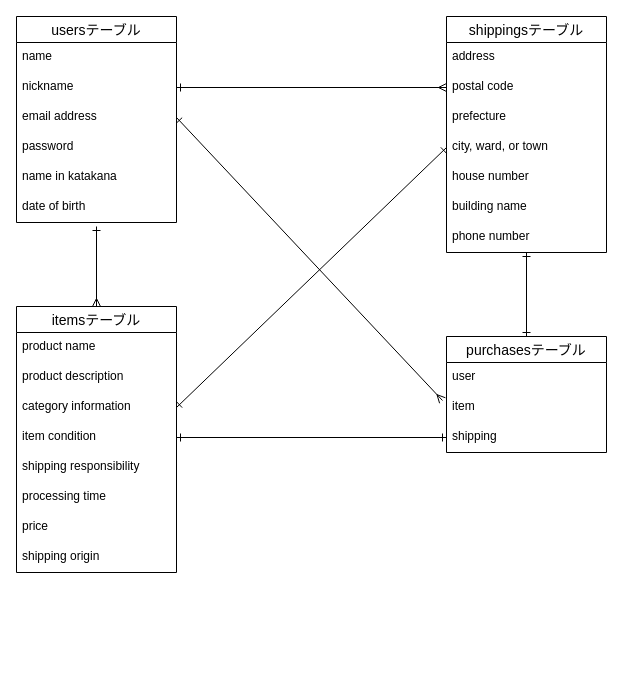
This is furima.dio from kaiho0319/furima-39419, a draw.io file, before an edit. Source tidied: cells renumbered, new cells numbered last; positions are measured from the earlier drawing's top-left corner, leaving out a move shared by most shapes. Both pictures are drawn from the tidied source at 100%, with x=0, y=0 at pixel (16, 16).
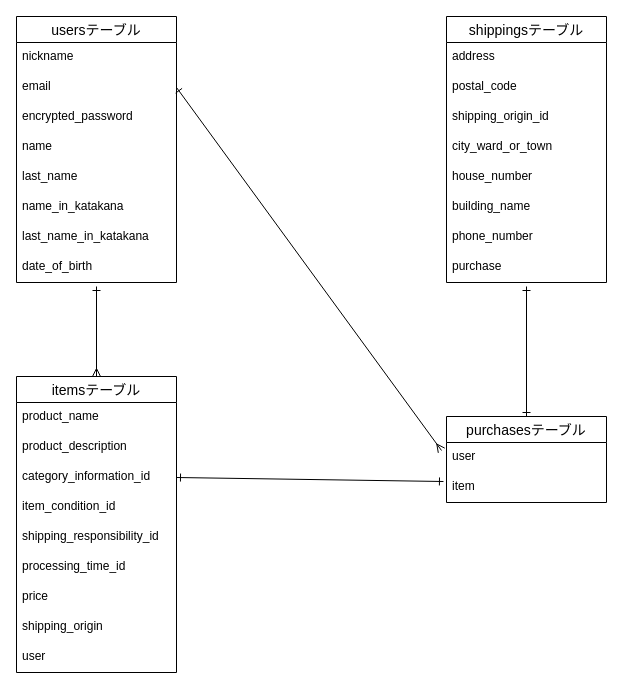
Above is the later version.

Commit message (it also covers changes not shown here):
データーベース設計修正

The change refers to these unchanged cells:
```xml
<mxCell id="30" value="user" style="text;strokeColor=none;fillColor=none;spacingLeft=4;spacingRight=4;overflow=hidden;points=[[0,0.5],[1,0.5]];portConstraint=eastwest;fontSize=12;" parent="29" vertex="1">
  <mxGeometry y="26" width="160" height="30" as="geometry" />
</mxCell>
<mxCell id="31" value="item&#10;" style="text;strokeColor=none;fillColor=none;spacingLeft=4;spacingRight=4;overflow=hidden;points=[[0,0.5],[1,0.5]];portConstraint=eastwest;fontSize=12;" parent="29" vertex="1">
  <mxGeometry y="56" width="160" height="30" as="geometry" />
</mxCell>
```

Change to the diagram source:
```diff
@@
     <mxCell id="2" value="usersテーブル" style="swimlane;fontStyle=0;horizontal=1;startSize=26;align=center;fontSize=14;" parent="1" vertex="1">
-      <mxGeometry width="160" height="206" as="geometry" />
+      <mxGeometry width="160" height="266" as="geometry" />
     </mxCell>
-    <mxCell id="3" value="name" style="text;strokeColor=none;fillColor=none;spacingLeft=4;spacingRight=4;overflow=hidden;fontSize=12;" parent="2" vertex="1">
-      <mxGeometry y="26" width="160" height="30" as="geometry" />
-    </mxCell>
     <mxCell id="4" value="nickname&#10;" style="text;strokeColor=none;fillColor=none;spacingLeft=4;spacingRight=4;overflow=hidden;points=[[0,0.5],[1,0.5]];portConstraint=eastwest;fontSize=12;" parent="2" vertex="1">
-      <mxGeometry y="56" width="160" height="30" as="geometry" />
+      <mxGeometry y="26" width="160" height="30" as="geometry" />
     </mxCell>
-    <mxCell id="5" value="email address" style="text;strokeColor=none;fillColor=none;spacingLeft=4;spacingRight=4;overflow=hidden;points=[[0,0.5],[1,0.5]];portConstraint=eastwest;fontSize=12;" parent="2" vertex="1">
-      <mxGeometry y="86" width="160" height="30" as="geometry" />
+    <mxCell id="5" value="email" style="text;strokeColor=none;fillColor=none;spacingLeft=4;spacingRight=4;overflow=hidden;points=[[0,0.5],[1,0.5]];portConstraint=eastwest;fontSize=12;" parent="2" vertex="1">
+      <mxGeometry y="56" width="160" height="30" as="geometry" />
     </mxCell>
-    <mxCell id="6" value="password" style="text;strokeColor=none;fillColor=none;spacingLeft=4;spacingRight=4;overflow=hidden;fontSize=12;" parent="2" vertex="1">
-      <mxGeometry y="116" width="160" height="30" as="geometry" />
+    <mxCell id="6" value="encrypted_password" style="text;strokeColor=none;fillColor=none;spacingLeft=4;spacingRight=4;overflow=hidden;fontSize=12;" parent="2" vertex="1">
+      <mxGeometry y="86" width="160" height="30" as="geometry" />
     </mxCell>
+    <mxCell id="3" value="name" style="text;strokeColor=none;fillColor=none;spacingLeft=4;spacingRight=4;overflow=hidden;fontSize=12;" parent="2" vertex="1">
+      <mxGeometry y="116" width="160" height="30" as="geometry" />
+    </mxCell>
+    <mxCell id="36" value="last_name" style="text;strokeColor=none;fillColor=none;spacingLeft=4;spacingRight=4;overflow=hidden;fontSize=12;" parent="2" vertex="1">
+      <mxGeometry y="146" width="160" height="30" as="geometry" />
+    </mxCell>
-    <mxCell id="7" value="name in katakana" style="text;strokeColor=none;fillColor=none;spacingLeft=4;spacingRight=4;overflow=hidden;fontSize=12;" parent="2" vertex="1">
-      <mxGeometry y="146" width="160" height="30" as="geometry" />
+    <mxCell id="7" value="name_in_katakana" style="text;strokeColor=none;fillColor=none;spacingLeft=4;spacingRight=4;overflow=hidden;fontSize=12;" parent="2" vertex="1">
+      <mxGeometry y="176" width="160" height="30" as="geometry" />
     </mxCell>
+    <mxCell id="37" value="last_name_in_katakana" style="text;strokeColor=none;fillColor=none;spacingLeft=4;spacingRight=4;overflow=hidden;fontSize=12;" parent="2" vertex="1">
+      <mxGeometry y="206" width="160" height="30" as="geometry" />
+    </mxCell>
-    <mxCell id="8" value="date of birth&#10;" style="text;strokeColor=none;fillColor=none;spacingLeft=4;spacingRight=4;overflow=hidden;fontSize=12;" parent="2" vertex="1">
-      <mxGeometry y="176" width="160" height="30" as="geometry" />
+    <mxCell id="8" value="date_of_birth&#10;" style="text;strokeColor=none;fillColor=none;spacingLeft=4;spacingRight=4;overflow=hidden;fontSize=12;" parent="2" vertex="1">
+      <mxGeometry y="236" width="160" height="30" as="geometry" />
     </mxCell>
     <mxCell id="9" value="itemsテーブル" style="swimlane;fontStyle=0;horizontal=1;startSize=26;align=center;fontSize=14;" parent="1" vertex="1">
-      <mxGeometry y="290" width="160" height="266" as="geometry" />
+      <mxGeometry y="360" width="160" height="296" as="geometry" />
     </mxCell>
-    <mxCell id="10" value="product name" style="text;strokeColor=none;fillColor=none;spacingLeft=4;spacingRight=4;overflow=hidden;fontSize=12;" parent="9" vertex="1">
+    <mxCell id="10" value="product_name" style="text;strokeColor=none;fillColor=none;spacingLeft=4;spacingRight=4;overflow=hidden;fontSize=12;" parent="9" vertex="1">
       <mxGeometry y="26" width="160" height="30" as="geometry" />
     </mxCell>
-    <mxCell id="11" value="product description" style="text;strokeColor=none;fillColor=none;spacingLeft=4;spacingRight=4;overflow=hidden;fontSize=12;" parent="9" vertex="1">
+    <mxCell id="11" value="product_description" style="text;strokeColor=none;fillColor=none;spacingLeft=4;spacingRight=4;overflow=hidden;fontSize=12;" parent="9" vertex="1">
       <mxGeometry y="56" width="160" height="30" as="geometry" />
     </mxCell>
-    <mxCell id="12" value="category information" style="text;strokeColor=none;fillColor=none;spacingLeft=4;spacingRight=4;overflow=hidden;points=[[0,0.5],[1,0.5]];portConstraint=eastwest;fontSize=12;" parent="9" vertex="1">
+    <mxCell id="12" value="category_information_id" style="text;strokeColor=none;fillColor=none;spacingLeft=4;spacingRight=4;overflow=hidden;points=[[0,0.5],[1,0.5]];portConstraint=eastwest;fontSize=12;" parent="9" vertex="1">
       <mxGeometry y="86" width="160" height="30" as="geometry" />
     </mxCell>
-    <mxCell id="13" value="item condition" style="text;strokeColor=none;fillColor=none;spacingLeft=4;spacingRight=4;overflow=hidden;points=[[0,0.5],[1,0.5]];portConstraint=eastwest;fontSize=12;" parent="9" vertex="1">
+    <mxCell id="13" value="item_condition_id&#10;" style="text;strokeColor=none;fillColor=none;spacingLeft=4;spacingRight=4;overflow=hidden;points=[[0,0.5],[1,0.5]];portConstraint=eastwest;fontSize=12;" parent="9" vertex="1">
       <mxGeometry y="116" width="160" height="30" as="geometry" />
     </mxCell>
-    <mxCell id="14" value="shipping responsibility" style="text;strokeColor=none;fillColor=none;spacingLeft=4;spacingRight=4;overflow=hidden;fontSize=12;" parent="9" vertex="1">
+    <mxCell id="14" value="shipping_responsibility_id&#10;" style="text;strokeColor=none;fillColor=none;spacingLeft=4;spacingRight=4;overflow=hidden;fontSize=12;" parent="9" vertex="1">
       <mxGeometry y="146" width="160" height="30" as="geometry" />
     </mxCell>
-    <mxCell id="15" value="processing time" style="text;strokeColor=none;fillColor=none;spacingLeft=4;spacingRight=4;overflow=hidden;fontSize=12;" parent="9" vertex="1">
+    <mxCell id="15" value="processing_time_id" style="text;strokeColor=none;fillColor=none;spacingLeft=4;spacingRight=4;overflow=hidden;fontSize=12;" parent="9" vertex="1">
       <mxGeometry y="176" width="160" height="30" as="geometry" />
     </mxCell>
@@
-    <mxCell id="17" value="shipping origin" style="text;strokeColor=none;fillColor=none;spacingLeft=4;spacingRight=4;overflow=hidden;fontSize=12;" parent="9" vertex="1">
+    <mxCell id="17" value="shipping_origin" style="text;strokeColor=none;fillColor=none;spacingLeft=4;spacingRight=4;overflow=hidden;fontSize=12;" parent="9" vertex="1">
       <mxGeometry y="236" width="160" height="30" as="geometry" />
     </mxCell>
+    <mxCell id="38" value="user" style="text;strokeColor=none;fillColor=none;spacingLeft=4;spacingRight=4;overflow=hidden;fontSize=12;" parent="9" vertex="1">
+      <mxGeometry y="266" width="160" height="30" as="geometry" />
+    </mxCell>
     <mxCell id="18" value="shippingsテーブル" style="swimlane;fontStyle=0;horizontal=1;startSize=26;align=center;fontSize=14;" parent="1" vertex="1">
-      <mxGeometry x="430" width="160" height="236" as="geometry" />
+      <mxGeometry x="430" width="160" height="266" as="geometry" />
     </mxCell>
@@
-    <mxCell id="20" value="postal code" style="text;strokeColor=none;fillColor=none;spacingLeft=4;spacingRight=4;overflow=hidden;points=[[0,0.5],[1,0.5]];portConstraint=eastwest;fontSize=12;" parent="18" vertex="1">
+    <mxCell id="20" value="postal_code" style="text;strokeColor=none;fillColor=none;spacingLeft=4;spacingRight=4;overflow=hidden;points=[[0,0.5],[1,0.5]];portConstraint=eastwest;fontSize=12;" parent="18" vertex="1">
       <mxGeometry y="56" width="160" height="30" as="geometry" />
     </mxCell>
-    <mxCell id="21" value="prefecture" style="text;strokeColor=none;fillColor=none;spacingLeft=4;spacingRight=4;overflow=hidden;fontSize=12;" parent="18" vertex="1">
+    <mxCell id="21" value="shipping_origin_id" style="text;strokeColor=none;fillColor=none;spacingLeft=4;spacingRight=4;overflow=hidden;fontSize=12;" parent="18" vertex="1">
       <mxGeometry y="86" width="160" height="30" as="geometry" />
     </mxCell>
-    <mxCell id="22" value="city, ward, or town" style="text;strokeColor=none;fillColor=none;spacingLeft=4;spacingRight=4;overflow=hidden;points=[[0,0.5],[1,0.5]];portConstraint=eastwest;fontSize=12;" parent="18" vertex="1">
+    <mxCell id="22" value="city_ward_or_town" style="text;strokeColor=none;fillColor=none;spacingLeft=4;spacingRight=4;overflow=hidden;points=[[0,0.5],[1,0.5]];portConstraint=eastwest;fontSize=12;" parent="18" vertex="1">
       <mxGeometry y="116" width="160" height="30" as="geometry" />
     </mxCell>
-    <mxCell id="23" value="house number" style="text;strokeColor=none;fillColor=none;spacingLeft=4;spacingRight=4;overflow=hidden;fontSize=12;" parent="18" vertex="1">
+    <mxCell id="23" value="house_number" style="text;strokeColor=none;fillColor=none;spacingLeft=4;spacingRight=4;overflow=hidden;fontSize=12;" parent="18" vertex="1">
       <mxGeometry y="146" width="160" height="30" as="geometry" />
     </mxCell>
-    <mxCell id="24" value="building name" style="text;strokeColor=none;fillColor=none;spacingLeft=4;spacingRight=4;overflow=hidden;fontSize=12;" parent="18" vertex="1">
+    <mxCell id="24" value="building_name" style="text;strokeColor=none;fillColor=none;spacingLeft=4;spacingRight=4;overflow=hidden;fontSize=12;" parent="18" vertex="1">
       <mxGeometry y="176" width="160" height="30" as="geometry" />
     </mxCell>
-    <mxCell id="25" value="phone number&#10;&#10;" style="text;strokeColor=none;fillColor=none;spacingLeft=4;spacingRight=4;overflow=hidden;points=[[0,0.5],[1,0.5]];portConstraint=eastwest;fontSize=12;" parent="18" vertex="1">
+    <mxCell id="25" value="phone_number&#10;&#10;" style="text;strokeColor=none;fillColor=none;spacingLeft=4;spacingRight=4;overflow=hidden;points=[[0,0.5],[1,0.5]];portConstraint=eastwest;fontSize=12;" parent="18" vertex="1">
       <mxGeometry y="206" width="160" height="30" as="geometry" />
     </mxCell>
+    <mxCell id="39" value="purchase" style="text;strokeColor=none;fillColor=none;spacingLeft=4;spacingRight=4;overflow=hidden;fontSize=12;" parent="18" vertex="1">
+      <mxGeometry y="236" width="160" height="30" as="geometry" />
+    </mxCell>
     <mxCell id="26" style="html=1;startArrow=ERone;startFill=0;endArrow=ERmany;endFill=0;entryX=0.5;entryY=0;entryDx=0;entryDy=0;" parent="1" edge="1" target="9">
       <mxGeometry relative="1" as="geometry">
-        <mxPoint x="80" y="210" as="sourcePoint" />
+        <mxPoint x="80" y="270" as="sourcePoint" />
       </mxGeometry>
     </mxCell>
-    <mxCell id="27" style="html=1;exitX=1;exitY=0.5;exitDx=0;exitDy=0;entryX=0;entryY=0.5;entryDx=0;entryDy=0;startArrow=ERone;startFill=0;endArrow=ERone;endFill=0;" parent="1" edge="1" source="12" target="22">
-      <mxGeometry relative="1" as="geometry" />
-    </mxCell>
-    <mxCell id="28" style="edgeStyle=none;html=1;startArrow=ERone;startFill=0;endArrow=ERone;endFill=0;" parent="1" edge="1" source="29" target="25">
-      <mxGeometry relative="1" as="geometry" />
+    <mxCell id="28" style="edgeStyle=none;html=1;startArrow=ERone;startFill=0;endArrow=ERone;endFill=0;" parent="1" edge="1" source="29">
+      <mxGeometry relative="1" as="geometry">
+        <mxPoint x="510" y="270" as="targetPoint" />
+      </mxGeometry>
     </mxCell>
     <mxCell id="29" value="purchasesテーブル" style="swimlane;fontStyle=0;horizontal=1;startSize=26;align=center;fontSize=14;" parent="1" vertex="1">
-      <mxGeometry x="430" y="320" width="160" height="116" as="geometry" />
+      <mxGeometry x="430" y="400" width="160" height="86" as="geometry" />
     </mxCell>
@@
-    <mxCell id="32" value="shipping" style="text;strokeColor=none;fillColor=none;spacingLeft=4;spacingRight=4;overflow=hidden;points=[[0,0.5],[1,0.5]];portConstraint=eastwest;fontSize=12;" parent="29" vertex="1">
-      <mxGeometry y="86" width="160" height="30" as="geometry" />
-    </mxCell>
-    <mxCell id="33" style="edgeStyle=none;html=1;exitX=1;exitY=0.5;exitDx=0;exitDy=0;startArrow=ERone;startFill=0;endArrow=ERmany;endFill=0;entryX=-0.025;entryY=0.267;entryDx=0;entryDy=0;entryPerimeter=0;" parent="1" edge="1" source="5" target="31">
+    <mxCell id="33" style="edgeStyle=none;html=1;exitX=1;exitY=0.5;exitDx=0;exitDy=0;startArrow=ERone;startFill=0;endArrow=ERmany;endFill=0;entryX=-0.031;entryY=0.267;entryDx=0;entryDy=0;entryPerimeter=0;" parent="1" edge="1" source="5" target="30">
       <mxGeometry relative="1" as="geometry" />
     </mxCell>
-    <mxCell id="34" style="edgeStyle=none;html=1;exitX=1;exitY=0.5;exitDx=0;exitDy=0;entryX=0;entryY=0.5;entryDx=0;entryDy=0;startArrow=ERone;startFill=0;endArrow=ERone;endFill=0;" parent="1" edge="1" source="13" target="32">
+    <mxCell id="34" style="edgeStyle=none;html=1;exitX=1;exitY=0.5;exitDx=0;exitDy=0;entryX=-0.019;entryY=0.3;entryDx=0;entryDy=0;startArrow=ERone;startFill=0;endArrow=ERone;endFill=0;entryPerimeter=0;" parent="1" edge="1" source="12" target="31">
       <mxGeometry relative="1" as="geometry" />
     </mxCell>
-    <mxCell id="35" style="edgeStyle=none;html=1;exitX=1;exitY=0.5;exitDx=0;exitDy=0;entryX=0;entryY=0.5;entryDx=0;entryDy=0;startArrow=ERone;startFill=0;endArrow=ERmany;endFill=0;" parent="1" edge="1" source="4" target="20">
-      <mxGeometry relative="1" as="geometry" />
-    </mxCell>
```
